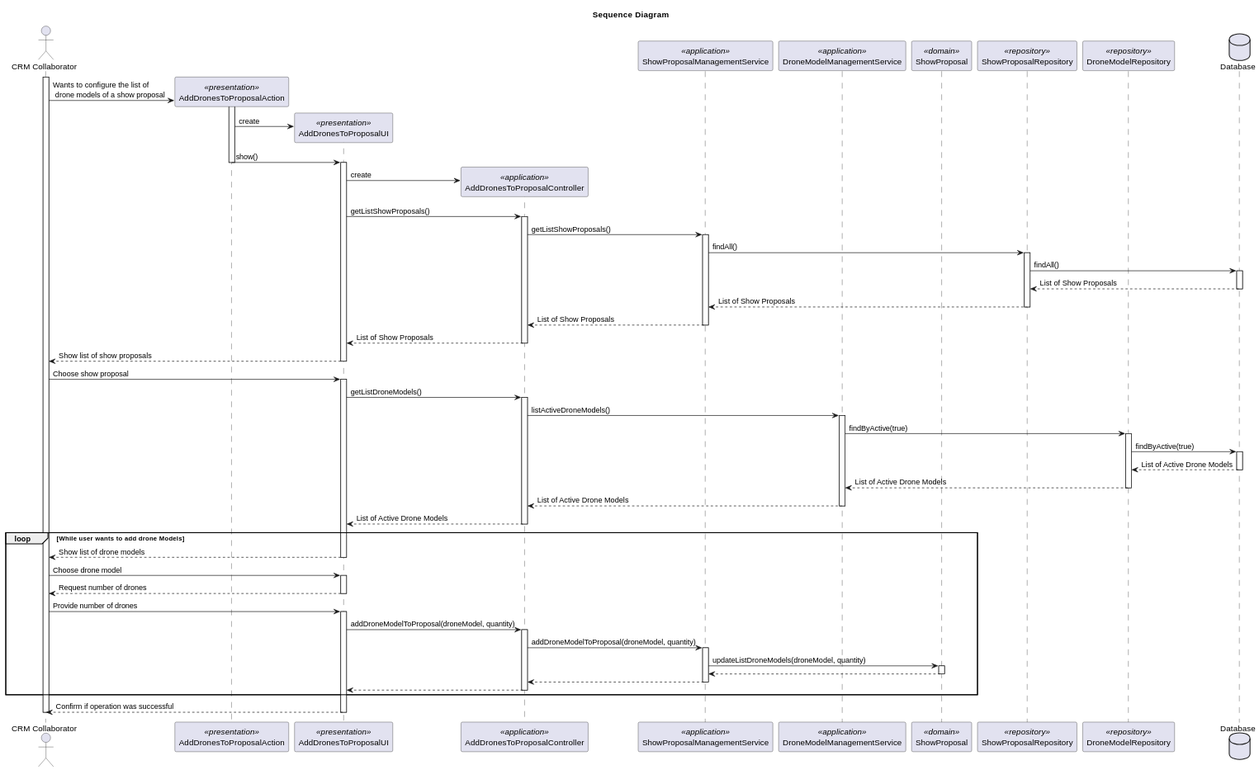
Above: docs/Sprint3/us_311/images/sequence-diagram-US311.svg in rubenFreitas1/ISEP-LAPR4-2024-2025 (PlantUML), before the change.
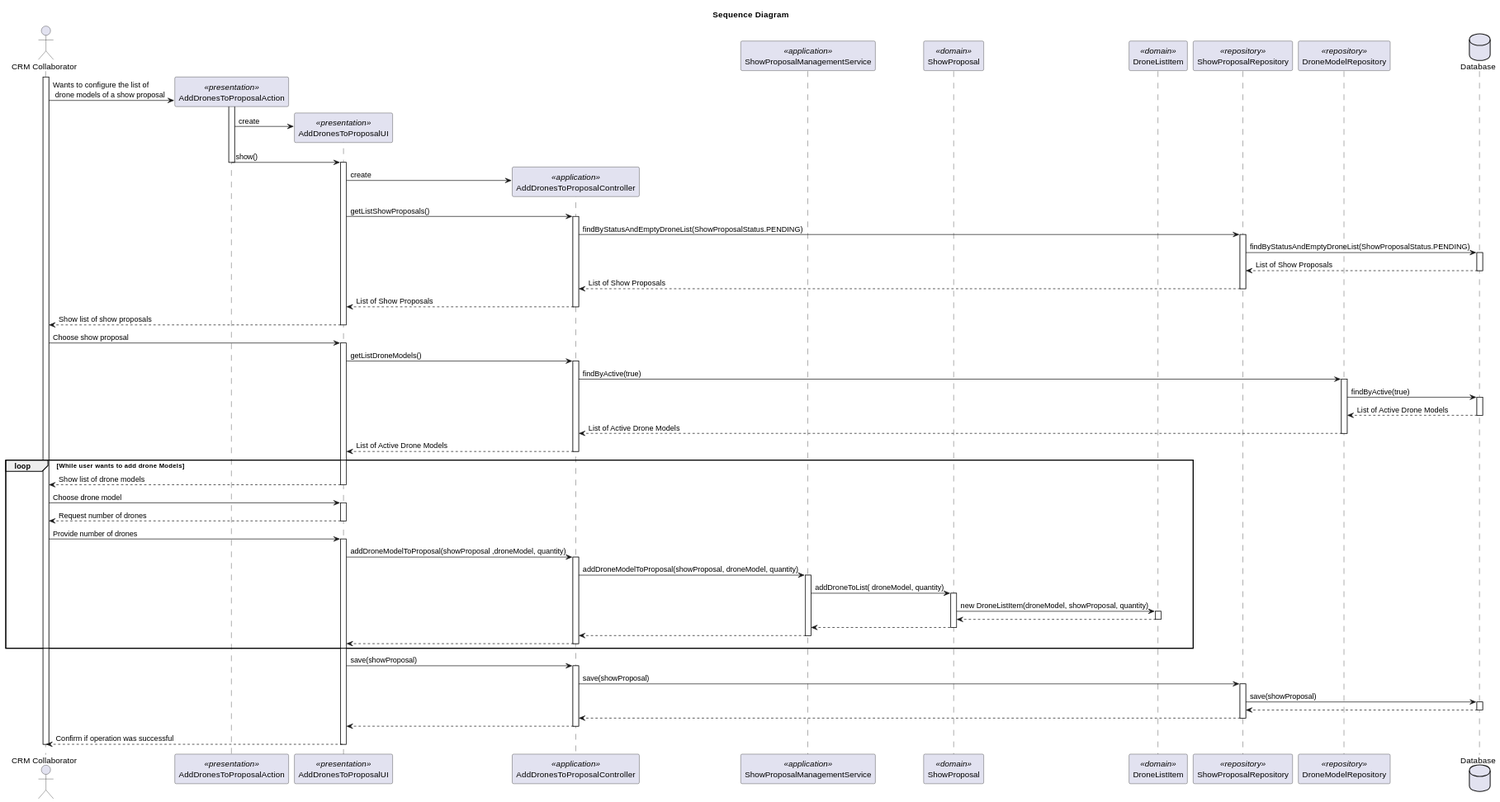
The same diagram one commit later.

Change to the diagram source:
```diff
@@ -6,8 +6,8 @@
 participant "AddDronesToProposalUI" as UI <<presentation>>
 participant "AddDronesToProposalController" as Controller <<application>>
 participant "ShowProposalManagementService" as ShowProposalManagementService <<application>>
-participant "DroneModelManagementService" as DroneModelManagementService <<application>>
 participant "ShowProposal" as ShowProposal <<domain>>
+participant "DroneListItem" as DroneListItem <<domain>>
 participant "ShowProposalRepository" as ShowProposalRepository <<repository>>
 participant "DroneModelRepository" as DroneModelRepository <<repository>>
 database "Database" as Database
@@ -29,21 +29,17 @@
 
     activate Controller
 
-        Controller -> ShowProposalManagementService: getListShowProposals()
-        activate ShowProposalManagementService
+        Controller -> ShowProposalRepository: findByStatusAndEmptyDroneList(ShowProposalStatus.PENDING)
 
-        ShowProposalManagementService -> ShowProposalRepository: findAll()
         activate ShowProposalRepository
 
-        ShowProposalRepository -> Database: findAll()
+        ShowProposalRepository -> Database: findByStatusAndEmptyDroneList(ShowProposalStatus.PENDING)
         activate Database
 
         Database --> ShowProposalRepository: List of Show Proposals
         deactivate Database
-        ShowProposalRepository --> ShowProposalManagementService: List of Show Proposals
+        ShowProposalRepository --> Controller: List of Show Proposals
         deactivate ShowProposalRepository
-        ShowProposalManagementService --> Controller: List of Show Proposals
-        deactivate ShowProposalManagementService
         Controller --> UI: List of Show Proposals
     deactivate Controller
 
@@ -58,21 +54,21 @@
         UI -> Controller: getListDroneModels()
         activate Controller
 
-            Controller -> DroneModelManagementService: listActiveDroneModels()
-            activate DroneModelManagementService
+            Controller -> DroneModelRepository: findByActive(true)
+            activate DroneModelRepository
 
-            DroneModelManagementService -> DroneModelRepository: findByActive(true)
-            activate DroneModelRepository
+
+
 
                 DroneModelRepository -> Database: findByActive(true)
                 activate Database
 
                 Database --> DroneModelRepository: List of Active Drone Models
                 deactivate Database
-                DroneModelRepository --> DroneModelManagementService: List of Active Drone Models
+                DroneModelRepository --> Controller: List of Active Drone Models
+
+
             deactivate DroneModelRepository
-            DroneModelManagementService --> Controller: List of Active Drone Models
-            deactivate DroneModelManagementService
         Controller --> UI: List of Active Drone Models
         deactivate Controller
 
@@ -90,14 +86,20 @@
     Actor -> UI: Provide number of drones
     activate UI
 
-    UI -> Controller: addDroneModelToProposal(droneModel, quantity)
+    UI -> Controller: addDroneModelToProposal(showProposal ,droneModel, quantity)
     activate Controller
 
-        Controller -> ShowProposalManagementService: addDroneModelToProposal(droneModel, quantity)
+        Controller -> ShowProposalManagementService: addDroneModelToProposal(showProposal, droneModel, quantity)
         activate ShowProposalManagementService
 
-        ShowProposalManagementService -> ShowProposal: updateListDroneModels(droneModel, quantity)
+        ShowProposalManagementService -> ShowProposal: addDroneToList( droneModel, quantity)
         activate ShowProposal
+
+        ShowProposal -> DroneListItem: new DroneListItem(droneModel, showProposal, quantity)
+        activate DroneListItem
+
+        DroneListItem --> ShowProposal
+        deactivate DroneListItem
 
         ShowProposal --> ShowProposalManagementService
         deactivate ShowProposal
@@ -106,6 +108,21 @@
     Controller --> UI
     deactivate Controller
     end
+    UI -> Controller: save(showProposal)
+    activate Controller
+
+    Controller -> ShowProposalRepository: save(showProposal)
+    activate ShowProposalRepository
+
+    ShowProposalRepository -> Database: save(showProposal)
+    activate Database
+
+    Database --> ShowProposalRepository
+    deactivate Database
+    ShowProposalRepository --> Controller
+    deactivate ShowProposalRepository
+    Controller --> UI
+    deactivate Controller
     UI --> Actor: Confirm if operation was successful
     deactivate UI
 deactivate Actor
```
